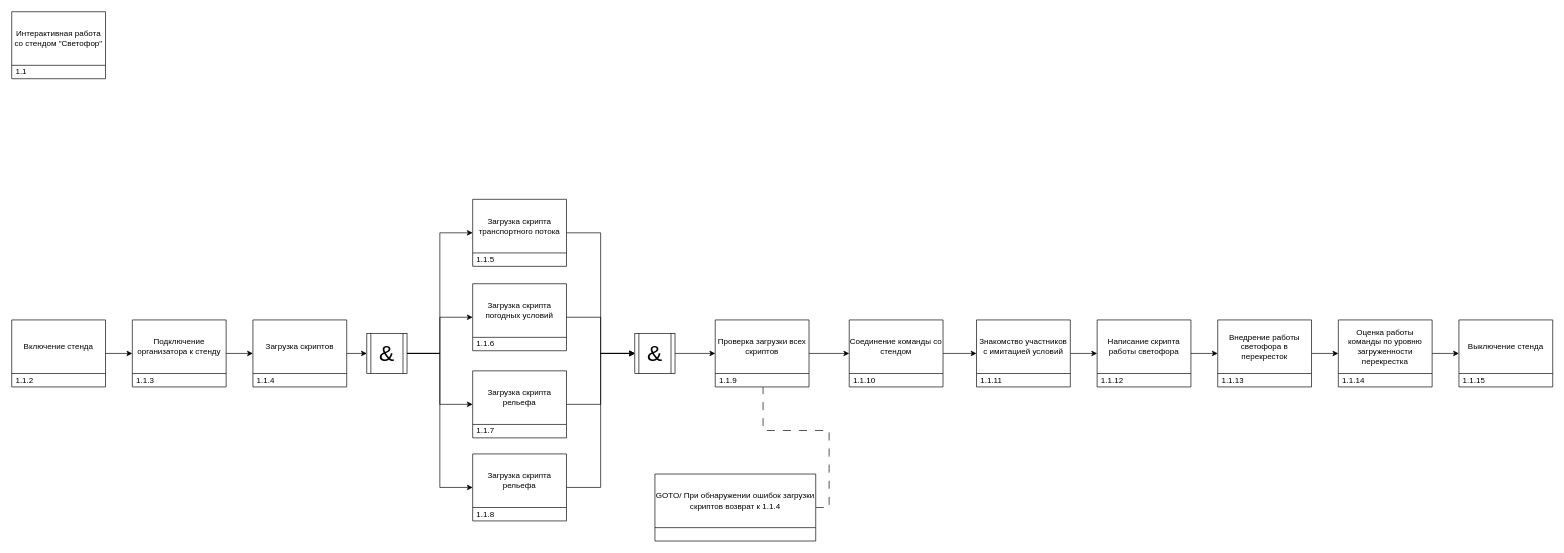
Earlier version of the draw.io diagram page "IDEF3 - свое" (3 of 4) of Диаграмма без названия.drawio (sukmalo/IDEF_Sugakova). Source tidied: cells renumbered, new cells numbered last; positions are measured from the earlier drawing's top-left corner, leaving out a move shared by most shapes. Both pictures are drawn from the tidied source at 67%, with x=0, y=0 at pixel (11, 11).
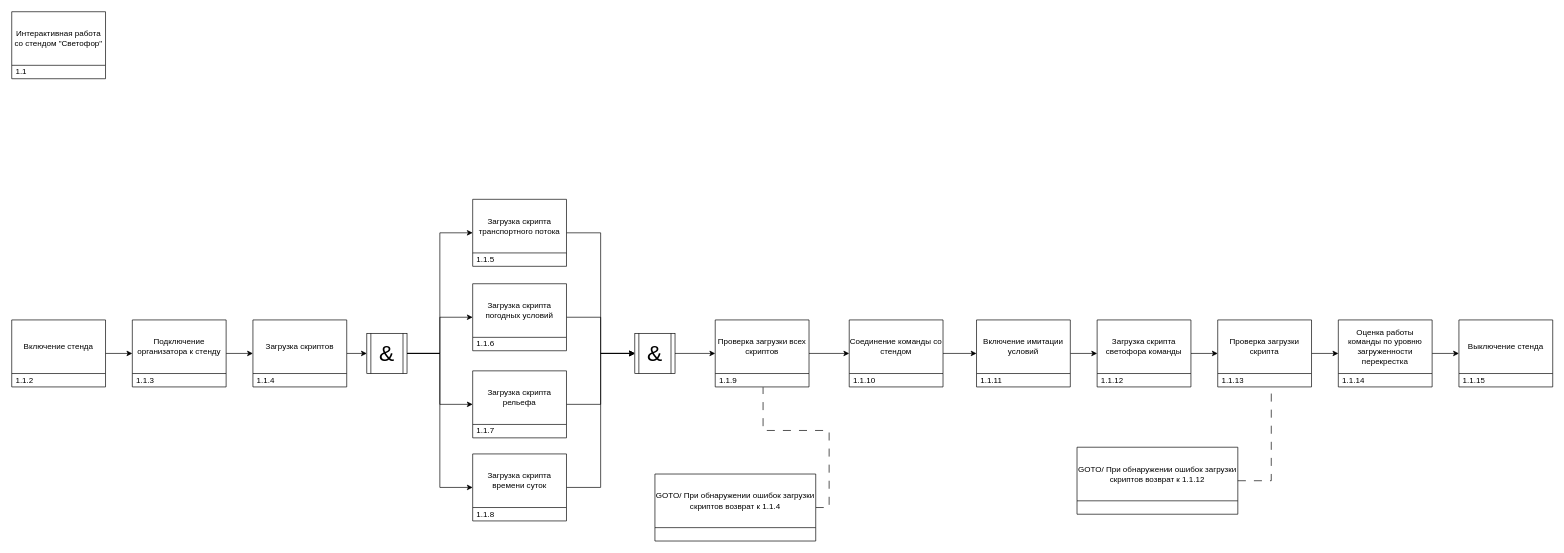
After the change.

Unchanged cells that the change refers to:
```xml
<mxCell id="33" value="1.1.13" style="text;strokeColor=none;fillColor=none;align=left;verticalAlign=middle;spacingLeft=4;spacingRight=4;overflow=hidden;points=[[0,0.5],[1,0.5]];portConstraint=eastwest;whiteSpace=wrap;html=1;" parent="32" vertex="1">
  <mxGeometry y="80" width="140" height="20" as="geometry" />
</mxCell>
```

Change to the diagram source:
```diff
@@
-    <mxCell id="23" value="Загрузка скрипта рельефа" style="swimlane;fontStyle=0;horizontal=1;startSize=80;whiteSpace=wrap;html=1;" parent="1" vertex="1">
+    <mxCell id="23" value="Загрузка скрипта времени суток" style="swimlane;fontStyle=0;horizontal=1;startSize=80;whiteSpace=wrap;html=1;" parent="1" vertex="1">
       <mxGeometry x="688" y="660" width="140" height="100" as="geometry" />
     </mxCell>
@@
-    <mxCell id="26" value="Знакомство участников с имитацией условий" style="swimlane;fontStyle=0;horizontal=1;startSize=80;whiteSpace=wrap;html=1;" parent="1" vertex="1">
+    <mxCell id="26" value="Включение имитации условий" style="swimlane;fontStyle=0;horizontal=1;startSize=80;whiteSpace=wrap;html=1;" parent="1" vertex="1">
       <mxGeometry x="1440" y="460" width="140" height="100" as="geometry" />
     </mxCell>
@@
-    <mxCell id="29" value="Написание скрипта работы светофора" style="swimlane;fontStyle=0;horizontal=1;startSize=80;whiteSpace=wrap;html=1;" parent="1" vertex="1">
+    <mxCell id="29" value="Загрузка скрипта светофора команды" style="swimlane;fontStyle=0;horizontal=1;startSize=80;whiteSpace=wrap;html=1;" parent="1" vertex="1">
       <mxGeometry x="1620" y="460" width="140" height="100" as="geometry" />
     </mxCell>
@@
-    <mxCell id="32" value="Внедрение работы светофора в перекресток" style="swimlane;fontStyle=0;horizontal=1;startSize=80;whiteSpace=wrap;html=1;" parent="1" vertex="1">
+    <mxCell id="32" value="Проверка загрузки скрипта" style="swimlane;fontStyle=0;horizontal=1;startSize=80;whiteSpace=wrap;html=1;" parent="1" vertex="1">
       <mxGeometry x="1800" y="460" width="140" height="100" as="geometry" />
     </mxCell>
@@
+    <mxCell id="54" value="GOTO/ При обнаружении ошибок загрузки скриптов возврат к 1.1.12" style="swimlane;fontStyle=0;horizontal=1;startSize=80;whiteSpace=wrap;html=1;" parent="1" vertex="1">
+      <mxGeometry x="1590" y="650" width="240" height="100" as="geometry" />
+    </mxCell>
+    <mxCell id="55" style="edgeStyle=orthogonalEdgeStyle;rounded=0;jettySize=auto;html=1;entryX=0.571;entryY=1;entryDx=0;entryDy=0;entryPerimeter=0;exitX=1;exitY=0.5;exitDx=0;exitDy=0;endArrow=none;endFill=0;dashed=1;dashPattern=12 12;" parent="1" edge="1" source="54" target="33">
+      <mxGeometry relative="1" as="geometry" />
+    </mxCell>
```
